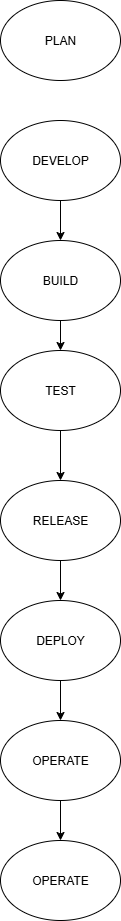
Earlier version of the draw.io export DevOps Lifecycle – Visual Diagram.drawio.png (Geerthana-379/about-devops). Source tidied: cells renumbered, new cells last; positions are measured from the earlier drawing's top-left corner, leaving out a move shared by most shapes.
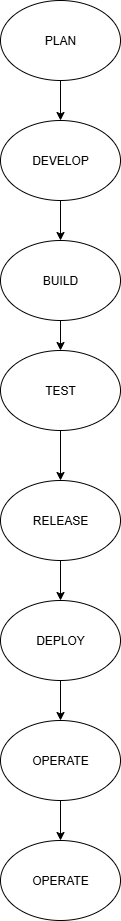
After the commit.

Diff of the diagram source:
```diff
@@ -2,6 +2,9 @@
   <root>
     <mxCell id="0" />
     <mxCell id="1" parent="0" />
+    <mxCell id="16" style="edgeStyle=orthogonalEdgeStyle;rounded=0;jettySize=auto;html=1;" parent="1" edge="1" source="2" target="4">
+      <mxGeometry relative="1" as="geometry" />
+    </mxCell>
     <mxCell id="2" value="PLAN" style="ellipse;whiteSpace=wrap;html=1;" parent="1" vertex="1">
       <mxGeometry width="120" height="80" as="geometry" />
     </mxCell>
```
